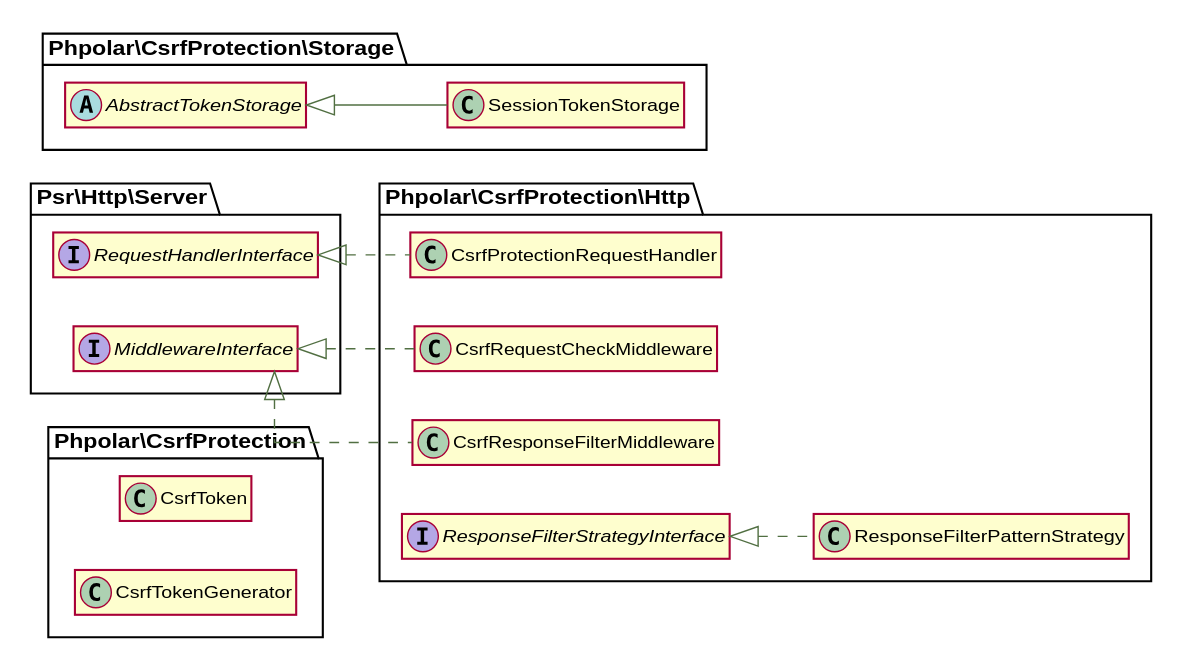
This is docs/graphs/classes.svg from phpolar/csrf-protection, a PlantUML export, as it was before one commit.
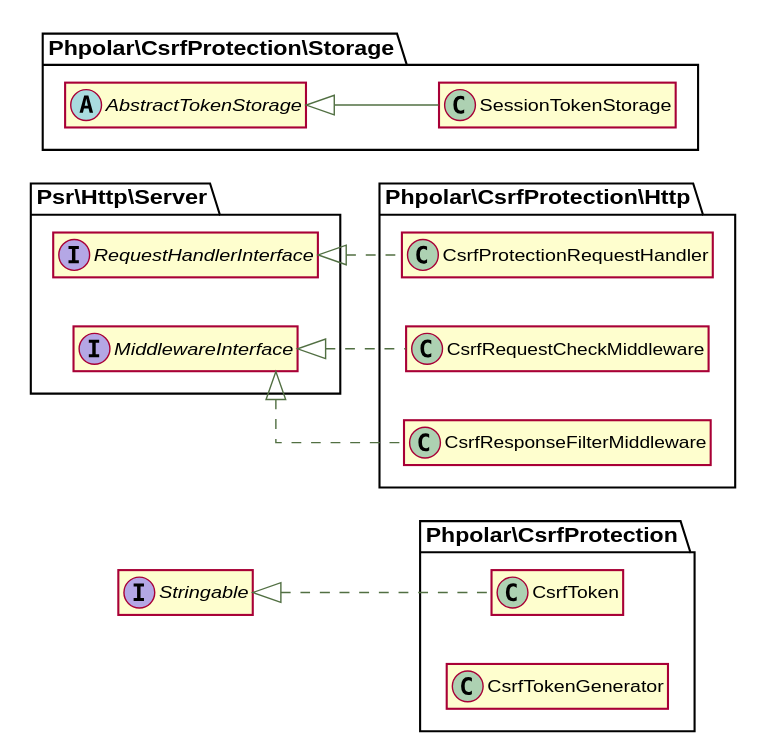
Above is the later version.

Diff of the diagram source:
```diff
@@ -13,7 +13,7 @@
 set namespaceSeparator \\
 
 
-class \\Phpolar\\CsrfProtection\\CsrfToken {
+class \\Phpolar\\CsrfProtection\\CsrfToken implements \\Stringable {
 }
 
 class \\Phpolar\\CsrfProtection\\CsrfTokenGenerator {
@@ -28,12 +28,6 @@
 class \\Phpolar\\CsrfProtection\\Http\\CsrfResponseFilterMiddleware implements \\Psr\\Http\\Server\\MiddlewareInterface {
 }
 
-class \\Phpolar\\CsrfProtection\\Http\\ResponseFilterPatternStrategy implements \\Phpolar\\CsrfProtection\\Http\\ResponseFilterStrategyInterface {
-}
-
-interface \\Phpolar\\CsrfProtection\\Http\\ResponseFilterStrategyInterface {
-}
-
 abstract class \\Phpolar\\CsrfProtection\\Storage\\AbstractTokenStorage {
 }
 
```
